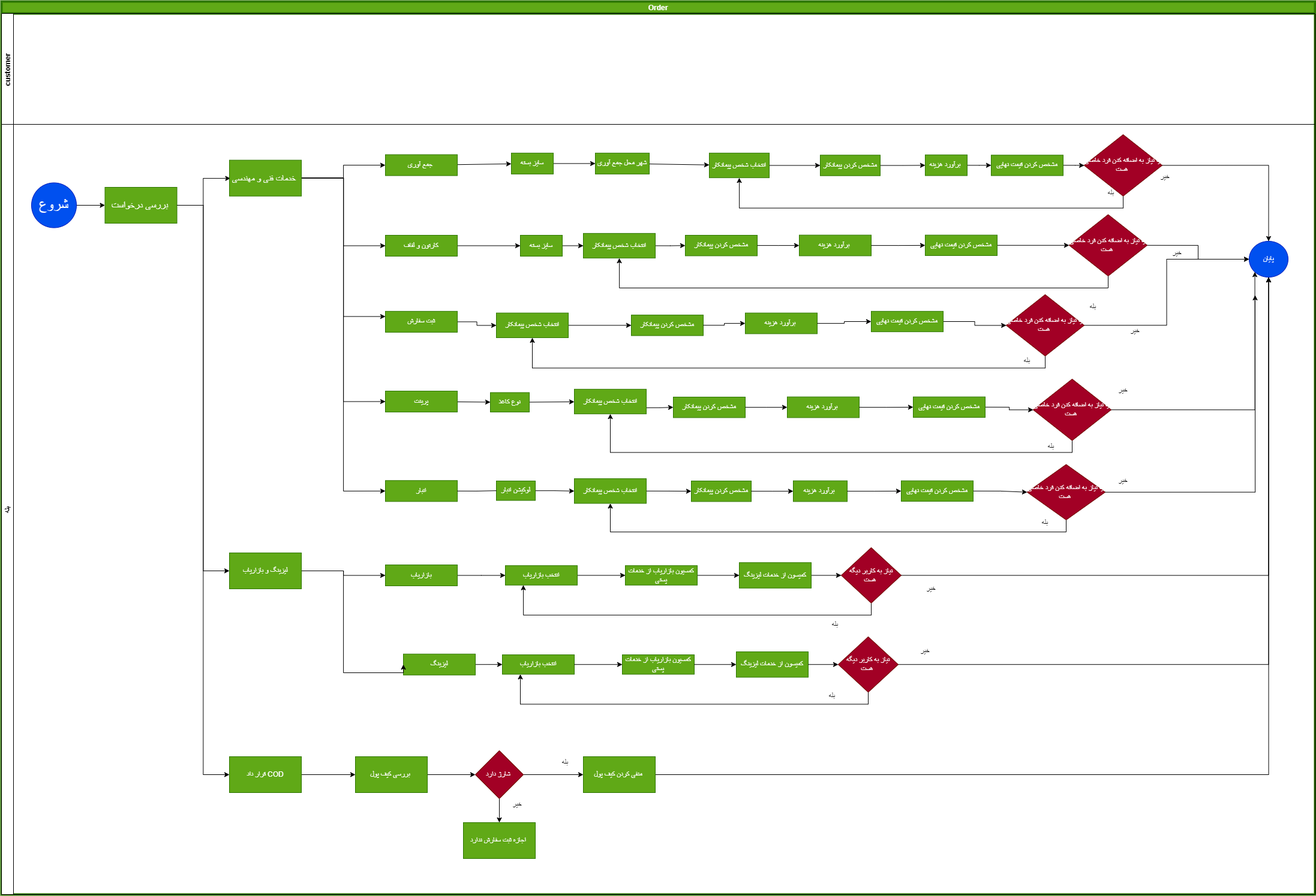
Above: 04-Contract-Service/imgs/BC1-CustumerPlan.png in behrangaghili/Postex-Documents_Diagrams (draw.io), before the change. Source tidied: cells renumbered, new cells last; positions are measured from the earlier drawing's top-left corner, leaving out a move shared by most shapes.
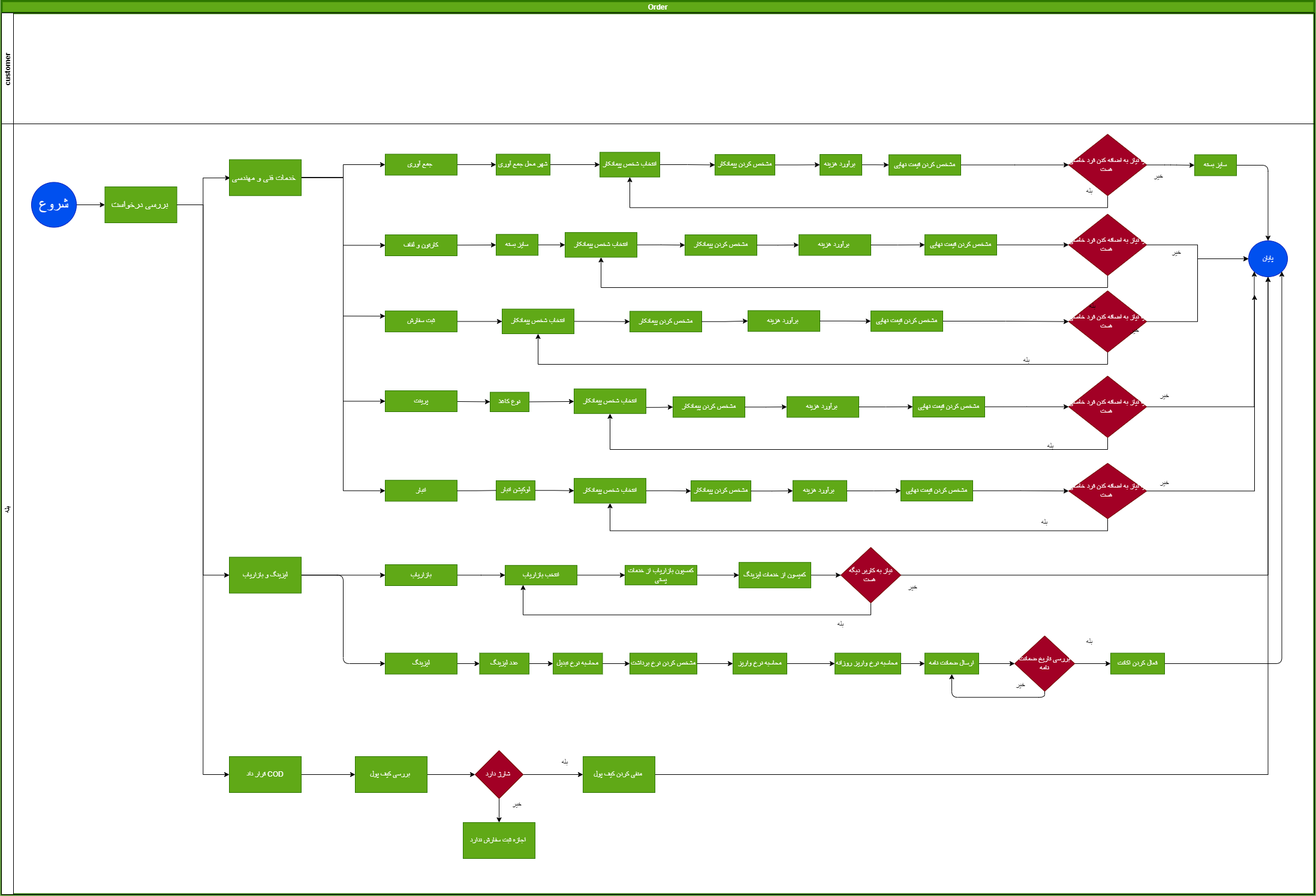
After the change.

Change to the diagram source:
```diff
@@ -27,5 +27,5 @@
     </mxCell>
-    <mxCell id="9" style="edgeStyle=none;html=1;" parent="5" edge="1" source="10" target="130">
-      <mxGeometry relative="1" as="geometry" />
-    </mxCell>
+    <mxCell id="145" style="edgeStyle=orthogonalEdgeStyle;html=1;" parent="5" edge="1" source="10" target="132">
+      <mxGeometry relative="1" as="geometry" />
+    </mxCell>
     <mxCell id="10" value="جمع آوری&amp;nbsp;" style="whiteSpace=wrap;html=1;fontColor=#ffffff;strokeColor=#2D7600;fillColor=#60a917;" parent="5" vertex="1">
@@ -33,7 +33,7 @@
     </mxCell>
-    <mxCell id="11" style="edgeStyle=orthogonalEdgeStyle;rounded=0;jettySize=auto;html=1;exitX=1;exitY=0.5;exitDx=0;exitDy=0;" parent="5" edge="1" source="12" target="105">
-      <mxGeometry relative="1" as="geometry" />
-    </mxCell>
+    <mxCell id="146" style="edgeStyle=orthogonalEdgeStyle;html=1;" parent="5" edge="1" source="12" target="152">
+      <mxGeometry relative="1" as="geometry" />
+    </mxCell>
     <mxCell id="12" value="لیزینگ" style="whiteSpace=wrap;html=1;fontColor=#ffffff;strokeColor=#2D7600;fillColor=#60a917;" parent="5" vertex="1">
-      <mxGeometry x="670" y="883.8" width="120" height="35" as="geometry" />
+      <mxGeometry x="640" y="882.5" width="120" height="35" as="geometry" />
     </mxCell>
@@ -76,3 +76,3 @@
     <mxCell id="25" value="انتخاب شخص پیمانکار" style="whiteSpace=wrap;html=1;fontColor=#ffffff;strokeColor=#2D7600;fillColor=#60a917;" parent="5" vertex="1">
-      <mxGeometry x="1180" y="47.9" width="100" height="41.2" as="geometry" />
+      <mxGeometry x="998" y="47.4" width="100" height="41.2" as="geometry" />
     </mxCell>
@@ -100,3 +100,3 @@
     <mxCell id="33" value="مشخص کردن پیمانکار" style="whiteSpace=wrap;html=1;fontColor=#ffffff;strokeColor=#2D7600;fillColor=#60a917;" parent="5" vertex="1">
-      <mxGeometry x="1365" y="51.3" width="100" height="34.4" as="geometry" />
+      <mxGeometry x="1190" y="51.2" width="100" height="34.4" as="geometry" />
     </mxCell>
@@ -106,3 +106,3 @@
     <mxCell id="35" value="برآورد هزینه&amp;nbsp;" style="whiteSpace=wrap;html=1;fontColor=#ffffff;strokeColor=#2D7600;fillColor=#60a917;" parent="5" vertex="1">
-      <mxGeometry x="1540" y="50.8" width="70" height="34.7" as="geometry" />
+      <mxGeometry x="1365" y="51" width="70" height="34.7" as="geometry" />
     </mxCell>
@@ -112,3 +112,3 @@
     <mxCell id="37" value="مشخص کردن قیمت نهایی" style="whiteSpace=wrap;html=1;fontColor=#ffffff;strokeColor=#2D7600;fillColor=#60a917;" parent="5" vertex="1">
-      <mxGeometry x="1650" y="51.3" width="120" height="34.2" as="geometry" />
+      <mxGeometry x="1480" y="51.5" width="120" height="34.2" as="geometry" />
     </mxCell>
@@ -118,3 +118,3 @@
     <mxCell id="39" value="انتخاب شخص پیمانکار" style="whiteSpace=wrap;html=1;fontColor=#ffffff;strokeColor=#2D7600;fillColor=#60a917;" parent="5" vertex="1">
-      <mxGeometry x="970" y="181.9" width="120" height="41.2" as="geometry" />
+      <mxGeometry x="940" y="181.2" width="120" height="41.2" as="geometry" />
     </mxCell>
@@ -142,9 +142,9 @@
     <mxCell id="47" value="انتخاب شخص پیمانکار" style="whiteSpace=wrap;html=1;fontColor=#ffffff;strokeColor=#2D7600;fillColor=#60a917;" parent="5" vertex="1">
-      <mxGeometry x="825" y="314.7" width="120" height="41.2" as="geometry" />
+      <mxGeometry x="835" y="308.8" width="120" height="41.2" as="geometry" />
     </mxCell>
     <mxCell id="48" value="مشخص کردن پیمانکار" style="whiteSpace=wrap;html=1;fontColor=#ffffff;strokeColor=#2D7600;fillColor=#60a917;" parent="5" vertex="1">
-      <mxGeometry x="1050" y="318.1" width="120" height="34.4" as="geometry" />
+      <mxGeometry x="1048" y="312.5" width="120" height="34.4" as="geometry" />
     </mxCell>
     <mxCell id="49" value="برآورد هزینه&amp;nbsp;" style="whiteSpace=wrap;html=1;fontColor=#ffffff;strokeColor=#2D7600;fillColor=#60a917;" parent="5" vertex="1">
-      <mxGeometry x="1240" y="314.7" width="120" height="34.7" as="geometry" />
+      <mxGeometry x="1245" y="311.4" width="120" height="34.7" as="geometry" />
     </mxCell>
@@ -219,10 +219,10 @@
     </mxCell>
-    <mxCell id="73" style="edgeStyle=orthogonalEdgeStyle;rounded=0;jettySize=auto;html=1;exitX=1;exitY=0.5;exitDx=0;exitDy=0;entryX=0.5;entryY=0;entryDx=0;entryDy=0;" parent="5" edge="1" source="74" target="76">
-      <mxGeometry relative="1" as="geometry" />
-    </mxCell>
+    <mxCell id="147" style="edgeStyle=orthogonalEdgeStyle;html=1;" parent="5" edge="1" source="74" target="130">
+      <mxGeometry relative="1" as="geometry" />
+    </mxCell>
     <mxCell id="74" value="آیا نیاز به اضافه کدن فرد خاصی هست&amp;nbsp;" style="rhombus;whiteSpace=wrap;html=1;fontColor=#ffffff;strokeColor=#6F0000;fillColor=#a20025;" parent="5" vertex="1">
-      <mxGeometry x="1805" y="17.2" width="130" height="102.5" as="geometry" />
+      <mxGeometry x="1780" y="17.3" width="130" height="102.5" as="geometry" />
     </mxCell>
     <mxCell id="75" value="&lt;font color=&quot;#000000&quot;&gt;بله&lt;/font&gt;" style="text;html=1;strokeColor=none;fillColor=none;align=center;verticalAlign=middle;whiteSpace=wrap;rounded=0;" parent="5" vertex="1">
-      <mxGeometry x="1830" y="105" width="40" height="20" as="geometry" />
+      <mxGeometry x="1795" y="102.8" width="40" height="20" as="geometry" />
     </mxCell>
@@ -247,3 +247,3 @@
     <mxCell id="82" value="آیا نیاز به اضافه کدن فرد خاصی هست&amp;nbsp;" style="rhombus;whiteSpace=wrap;html=1;fontColor=#ffffff;strokeColor=#6F0000;fillColor=#a20025;" parent="5" vertex="1">
-      <mxGeometry x="1675" y="284.1" width="130" height="102.5" as="geometry" />
+      <mxGeometry x="1780" y="278.4" width="130" height="102.5" as="geometry" />
     </mxCell>
@@ -259,3 +259,3 @@
     <mxCell id="86" value="آیا نیاز به اضافه کدن فرد خاصی هست&amp;nbsp;" style="rhombus;whiteSpace=wrap;html=1;fontColor=#ffffff;strokeColor=#6F0000;fillColor=#a20025;" parent="5" vertex="1">
-      <mxGeometry x="1720" y="425" width="130" height="102.5" as="geometry" />
+      <mxGeometry x="1780" y="420.6" width="130" height="102.5" as="geometry" />
     </mxCell>
@@ -265,3 +265,3 @@
     <mxCell id="88" value="&lt;font color=&quot;#000000&quot;&gt;خیر&lt;/font&gt;" style="text;html=1;strokeColor=none;fillColor=none;align=center;verticalAlign=middle;whiteSpace=wrap;rounded=0;" parent="5" vertex="1">
-      <mxGeometry x="1850" y="425" width="40" height="37.5" as="geometry" />
+      <mxGeometry x="1920" y="435" width="40" height="37.5" as="geometry" />
     </mxCell>
@@ -271,3 +271,3 @@
     <mxCell id="90" value="آیا نیاز به اضافه کدن فرد خاصی هست&amp;nbsp;" style="rhombus;whiteSpace=wrap;html=1;fontColor=#ffffff;strokeColor=#6F0000;fillColor=#a20025;" parent="5" vertex="1">
-      <mxGeometry x="1710" y="567.5" width="130" height="92.5" as="geometry" />
+      <mxGeometry x="1780" y="565.9" width="130" height="92.5" as="geometry" />
     </mxCell>
@@ -277,3 +277,3 @@
     <mxCell id="92" value="&lt;font color=&quot;#000000&quot;&gt;خیر&lt;/font&gt;" style="text;html=1;strokeColor=none;fillColor=none;align=center;verticalAlign=middle;whiteSpace=wrap;rounded=0;" parent="5" vertex="1">
-      <mxGeometry x="1850" y="585" width="40" height="20" as="geometry" />
+      <mxGeometry x="1920" y="591.2" width="40" height="15" as="geometry" />
     </mxCell>
@@ -282,13 +282,7 @@
     </mxCell>
-    <mxCell id="94" style="edgeStyle=orthogonalEdgeStyle;rounded=0;jettySize=auto;html=1;exitX=1;exitY=0.5;exitDx=0;exitDy=0;entryX=0;entryY=0.5;entryDx=0;entryDy=0;" parent="5" edge="1" source="95" target="12">
-      <mxGeometry relative="1" as="geometry">
-        <Array as="points">
-          <mxPoint x="570" y="745" />
-          <mxPoint x="570" y="915" />
-          <mxPoint x="670" y="915" />
-        </Array>
-      </mxGeometry>
+    <mxCell id="94" style="edgeStyle=orthogonalEdgeStyle;html=1;exitX=1;exitY=0.5;exitDx=0;exitDy=0;entryX=0;entryY=0.5;entryDx=0;entryDy=0;" parent="5" edge="1" source="95" target="12">
+      <mxGeometry relative="1" as="geometry" />
     </mxCell>
     <mxCell id="95" value="لیزینگ و بازاریاب" style="whiteSpace=wrap;html=1;fontColor=#ffffff;strokeColor=#2D7600;fillColor=#60a917;" parent="5" vertex="1">
-      <mxGeometry x="380" y="715" width="120" height="60" as="geometry" />
+      <mxGeometry x="380" y="722.5" width="120" height="60" as="geometry" />
     </mxCell>
@@ -321,34 +315,16 @@
     </mxCell>
-    <mxCell id="105" value="انتخب بازاریاب" style="whiteSpace=wrap;html=1;fontColor=#ffffff;strokeColor=#2D7600;fillColor=#60a917;" parent="5" vertex="1">
-      <mxGeometry x="835" y="885" width="120" height="32.5" as="geometry" />
-    </mxCell>
-    <mxCell id="106" value="کمسیون بازاریاب از خدمات پستی" style="whiteSpace=wrap;html=1;fontColor=#ffffff;strokeColor=#2D7600;fillColor=#60a917;" parent="5" vertex="1">
-      <mxGeometry x="1035" y="885" width="120" height="32.5" as="geometry" />
-    </mxCell>
-    <mxCell id="107" style="edgeStyle=orthogonalEdgeStyle;rounded=0;jettySize=auto;html=1;" parent="5" edge="1" source="105" target="106">
-      <mxGeometry relative="1" as="geometry" />
-    </mxCell>
-    <mxCell id="108" value="کمیسون از خدمات لیزینگ" style="whiteSpace=wrap;html=1;fontColor=#ffffff;strokeColor=#2D7600;fillColor=#60a917;" parent="5" vertex="1">
-      <mxGeometry x="1225" y="880" width="120" height="42.5" as="geometry" />
-    </mxCell>
-    <mxCell id="109" style="edgeStyle=orthogonalEdgeStyle;rounded=0;jettySize=auto;html=1;" parent="5" edge="1" source="106" target="108">
-      <mxGeometry relative="1" as="geometry" />
-    </mxCell>
-    <mxCell id="110" style="edgeStyle=orthogonalEdgeStyle;rounded=0;jettySize=auto;html=1;exitX=0.5;exitY=1;exitDx=0;exitDy=0;entryX=0.25;entryY=1;entryDx=0;entryDy=0;" parent="5" edge="1" source="112" target="105">
-      <mxGeometry relative="1" as="geometry" />
-    </mxCell>
-    <mxCell id="111" style="edgeStyle=orthogonalEdgeStyle;rounded=0;jettySize=auto;html=1;exitX=1;exitY=0.5;exitDx=0;exitDy=0;entryX=0.5;entryY=1;entryDx=0;entryDy=0;" parent="5" edge="1" source="112" target="76">
-      <mxGeometry relative="1" as="geometry" />
-    </mxCell>
+    <mxCell id="148" style="edgeStyle=orthogonalEdgeStyle;html=1;exitX=0.5;exitY=1;exitDx=0;exitDy=0;entryX=0.5;entryY=1;entryDx=0;entryDy=0;" parent="5" edge="1" source="112" target="162">
+      <mxGeometry relative="1" as="geometry" />
+    </mxCell>
+    <mxCell id="149" style="edgeStyle=orthogonalEdgeStyle;html=1;exitX=1;exitY=0.5;exitDx=0;exitDy=0;entryX=0;entryY=0.5;entryDx=0;entryDy=0;" parent="5" edge="1" source="112" target="164">
+      <mxGeometry relative="1" as="geometry" />
+    </mxCell>
-    <mxCell id="112" value="نیاز به کاربر دیگه هست&amp;nbsp;" style="rhombus;whiteSpace=wrap;html=1;fontColor=#ffffff;strokeColor=#6F0000;fillColor=#a20025;" parent="5" vertex="1">
-      <mxGeometry x="1395" y="855" width="100" height="92.5" as="geometry" />
+    <mxCell id="112" value="بررسی تاریخ ضمانت نامه" style="rhombus;whiteSpace=wrap;html=1;fontColor=#ffffff;strokeColor=#6F0000;fillColor=#a20025;" parent="5" vertex="1">
+      <mxGeometry x="1690" y="853.8" width="100" height="92.5" as="geometry" />
     </mxCell>
-    <mxCell id="113" style="edgeStyle=orthogonalEdgeStyle;rounded=0;jettySize=auto;html=1;" parent="5" edge="1" source="108" target="112">
-      <mxGeometry relative="1" as="geometry" />
-    </mxCell>
     <mxCell id="114" value="&lt;font color=&quot;#000000&quot;&gt;بله&lt;/font&gt;" style="text;html=1;strokeColor=none;fillColor=none;align=center;verticalAlign=middle;whiteSpace=wrap;rounded=0;" parent="5" vertex="1">
-      <mxGeometry x="1365" y="943.8" width="40" height="20" as="geometry" />
+      <mxGeometry x="1795" y="853.8" width="40" height="20" as="geometry" />
     </mxCell>
     <mxCell id="115" value="&lt;font color=&quot;#000000&quot;&gt;خیر&lt;/font&gt;" style="text;html=1;strokeColor=none;fillColor=none;align=center;verticalAlign=middle;whiteSpace=wrap;rounded=0;" parent="5" vertex="1">
-      <mxGeometry x="1520" y="868.8" width="40" height="20" as="geometry" />
+      <mxGeometry x="1680" y="926.2" width="40" height="20" as="geometry" />
     </mxCell>
@@ -391,11 +367,5 @@
     <mxCell id="128" value="&lt;font color=&quot;#000000&quot;&gt;خیر&lt;/font&gt;" style="text;html=1;strokeColor=none;fillColor=none;align=center;verticalAlign=middle;whiteSpace=wrap;rounded=0;" parent="5" vertex="1">
-      <mxGeometry x="1920" y="77.5" width="40" height="20" as="geometry" />
+      <mxGeometry x="1910" y="77.5" width="40" height="20" as="geometry" />
     </mxCell>
-    <mxCell id="129" style="edgeStyle=none;html=1;" parent="5" edge="1" source="130" target="132">
-      <mxGeometry relative="1" as="geometry" />
-    </mxCell>
-    <mxCell id="130" value="سایز بسته" style="whiteSpace=wrap;html=1;fontColor=#ffffff;strokeColor=#2D7600;fillColor=#60a917;" parent="5" vertex="1">
-      <mxGeometry x="850" y="47.9" width="70" height="35" as="geometry" />
-    </mxCell>
-    <mxCell id="131" style="edgeStyle=none;html=1;" parent="5" edge="1" source="132" target="25">
+    <mxCell id="131" style="edgeStyle=orthogonalEdgeStyle;html=1;" parent="5" edge="1" source="132" target="25">
       <mxGeometry relative="1" as="geometry" />
@@ -403,6 +373,6 @@
     <mxCell id="132" value="شهر محل جمع آوری" style="whiteSpace=wrap;html=1;fontColor=#ffffff;strokeColor=#2D7600;fillColor=#60a917;" parent="5" vertex="1">
-      <mxGeometry x="990" y="47.9" width="90" height="35" as="geometry" />
+      <mxGeometry x="825" y="50.5" width="90" height="35" as="geometry" />
     </mxCell>
     <mxCell id="133" value="سایز بسته" style="whiteSpace=wrap;html=1;fontColor=#ffffff;strokeColor=#2D7600;fillColor=#60a917;" parent="5" vertex="1">
-      <mxGeometry x="865" y="185" width="70" height="35" as="geometry" />
+      <mxGeometry x="825" y="184.3" width="70" height="35" as="geometry" />
     </mxCell>
@@ -420,2 +390,56 @@
     </mxCell>
+    <mxCell id="150" style="edgeStyle=orthogonalEdgeStyle;html=1;exitX=1;exitY=0.5;exitDx=0;exitDy=0;entryX=0.5;entryY=0;entryDx=0;entryDy=0;" parent="5" edge="1" source="130" target="76">
+      <mxGeometry relative="1" as="geometry" />
+    </mxCell>
+    <mxCell id="130" value="سایز بسته" style="whiteSpace=wrap;html=1;fontColor=#ffffff;strokeColor=#2D7600;fillColor=#60a917;" parent="5" vertex="1">
+      <mxGeometry x="1990" y="51.5" width="70" height="35" as="geometry" />
+    </mxCell>
+    <mxCell id="143" value="&lt;font color=&quot;#000000&quot;&gt;خیر&lt;/font&gt;" style="text;html=1;strokeColor=none;fillColor=none;align=center;verticalAlign=middle;whiteSpace=wrap;rounded=0;" parent="5" vertex="1">
+      <mxGeometry x="1500" y="762.5" width="40" height="20" as="geometry" />
+    </mxCell>
+    <mxCell id="142" value="&lt;font color=&quot;#000000&quot;&gt;بله&lt;/font&gt;" style="text;html=1;strokeColor=none;fillColor=none;align=center;verticalAlign=middle;whiteSpace=wrap;rounded=0;" parent="5" vertex="1">
+      <mxGeometry x="1380" y="825" width="40" height="20" as="geometry" />
+    </mxCell>
+    <mxCell id="151" style="edgeStyle=orthogonalEdgeStyle;html=1;" parent="5" edge="1" source="152" target="154">
+      <mxGeometry relative="1" as="geometry" />
+    </mxCell>
+    <mxCell id="152" value="عدد لیزینگ" style="whiteSpace=wrap;html=1;fontColor=#ffffff;strokeColor=#2D7600;fillColor=#60a917;" parent="5" vertex="1">
+      <mxGeometry x="797.5" y="882.5" width="82.5" height="35" as="geometry" />
+    </mxCell>
+    <mxCell id="153" style="edgeStyle=orthogonalEdgeStyle;html=1;" parent="5" edge="1" source="154" target="156">
+      <mxGeometry relative="1" as="geometry" />
+    </mxCell>
+    <mxCell id="154" value="محاسبه نرخ تبدیل" style="whiteSpace=wrap;html=1;fontColor=#ffffff;strokeColor=#2D7600;fillColor=#60a917;" parent="5" vertex="1">
+      <mxGeometry x="920" y="882.5" width="82.5" height="35" as="geometry" />
+    </mxCell>
+    <mxCell id="155" style="edgeStyle=orthogonalEdgeStyle;html=1;" parent="5" edge="1" source="156" target="158">
+      <mxGeometry relative="1" as="geometry" />
+    </mxCell>
+    <mxCell id="156" value="مشخص کردن نرخ برداشت" style="whiteSpace=wrap;html=1;fontColor=#ffffff;strokeColor=#2D7600;fillColor=#60a917;" parent="5" vertex="1">
+      <mxGeometry x="1048" y="882.5" width="112" height="35" as="geometry" />
+    </mxCell>
+    <mxCell id="157" style="edgeStyle=none;html=1;" parent="5" edge="1" source="158" target="160">
+      <mxGeometry relative="1" as="geometry" />
+    </mxCell>
+    <mxCell id="158" value="محاسبه نرخ واریز" style="whiteSpace=wrap;html=1;fontColor=#ffffff;strokeColor=#2D7600;fillColor=#60a917;" parent="5" vertex="1">
+      <mxGeometry x="1220" y="882.5" width="90" height="35" as="geometry" />
+    </mxCell>
+    <mxCell id="159" style="edgeStyle=none;html=1;" parent="5" edge="1" source="160" target="162">
+      <mxGeometry relative="1" as="geometry" />
+    </mxCell>
+    <mxCell id="160" value="محاسبه نرخ واریز روزانه&amp;nbsp;" style="whiteSpace=wrap;html=1;fontColor=#ffffff;strokeColor=#2D7600;fillColor=#60a917;" parent="5" vertex="1">
+      <mxGeometry x="1390" y="882.5" width="110" height="35" as="geometry" />
+    </mxCell>
+    <mxCell id="161" style="edgeStyle=none;html=1;exitX=1;exitY=0.5;exitDx=0;exitDy=0;entryX=0;entryY=0.5;entryDx=0;entryDy=0;" parent="5" edge="1" source="162" target="112">
+      <mxGeometry relative="1" as="geometry" />
+    </mxCell>
+    <mxCell id="162" value="ارسال ضمانت نامه" style="whiteSpace=wrap;html=1;fontColor=#ffffff;strokeColor=#2D7600;fillColor=#60a917;" parent="5" vertex="1">
+      <mxGeometry x="1540" y="882.5" width="90" height="35" as="geometry" />
+    </mxCell>
+    <mxCell id="163" style="edgeStyle=orthogonalEdgeStyle;html=1;exitX=1;exitY=0.5;exitDx=0;exitDy=0;entryX=1;entryY=1;entryDx=0;entryDy=0;" parent="5" edge="1" source="164" target="76">
+      <mxGeometry relative="1" as="geometry" />
+    </mxCell>
+    <mxCell id="164" value="فعال کردن اکانت" style="whiteSpace=wrap;html=1;fontColor=#ffffff;strokeColor=#2D7600;fillColor=#60a917;" parent="5" vertex="1">
+      <mxGeometry x="1850" y="882.5" width="90" height="35" as="geometry" />
+    </mxCell>
     <mxCell id="138" value="&lt;font color=&quot;#000000&quot;&gt;بله&lt;/font&gt;" style="text;html=1;strokeColor=none;fillColor=none;align=center;verticalAlign=middle;whiteSpace=wrap;rounded=0;" parent="1" vertex="1">
@@ -434,8 +458,2 @@
     </mxCell>
-    <mxCell id="142" value="&lt;font color=&quot;#000000&quot;&gt;بله&lt;/font&gt;" style="text;html=1;strokeColor=none;fillColor=none;align=center;verticalAlign=middle;whiteSpace=wrap;rounded=0;" parent="1" vertex="1">
-      <mxGeometry x="1370" y="1030" width="40" height="20" as="geometry" />
-    </mxCell>
-    <mxCell id="143" value="&lt;font color=&quot;#000000&quot;&gt;خیر&lt;/font&gt;" style="text;html=1;strokeColor=none;fillColor=none;align=center;verticalAlign=middle;whiteSpace=wrap;rounded=0;" parent="1" vertex="1">
-      <mxGeometry x="1530" y="970" width="40" height="20" as="geometry" />
-    </mxCell>
     <mxCell id="144" value="خیر" style="text;html=1;strokeColor=none;fillColor=none;align=center;verticalAlign=middle;whiteSpace=wrap;rounded=0;" parent="1" vertex="1">
```
